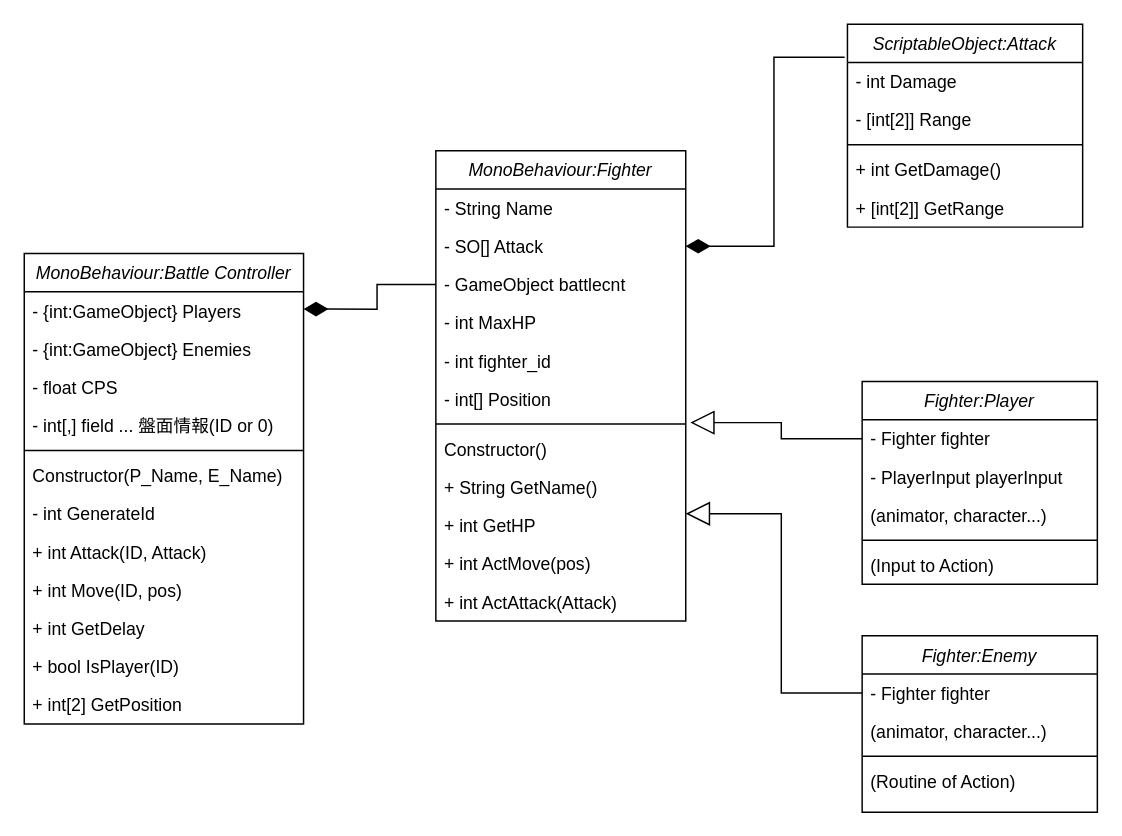
o-atsu/Randomchanexe keeps this draw.io diagram as Assets/Scripts/Battle/battle_classes.drawio. Above is the earlier version. Source tidied: cells renumbered, new cells numbered last; positions are measured from the earlier drawing's top-left corner, leaving out a move shared by most shapes. Both pictures are drawn from the tidied source at 147%, with x=0, y=0 at pixel (24, 24).
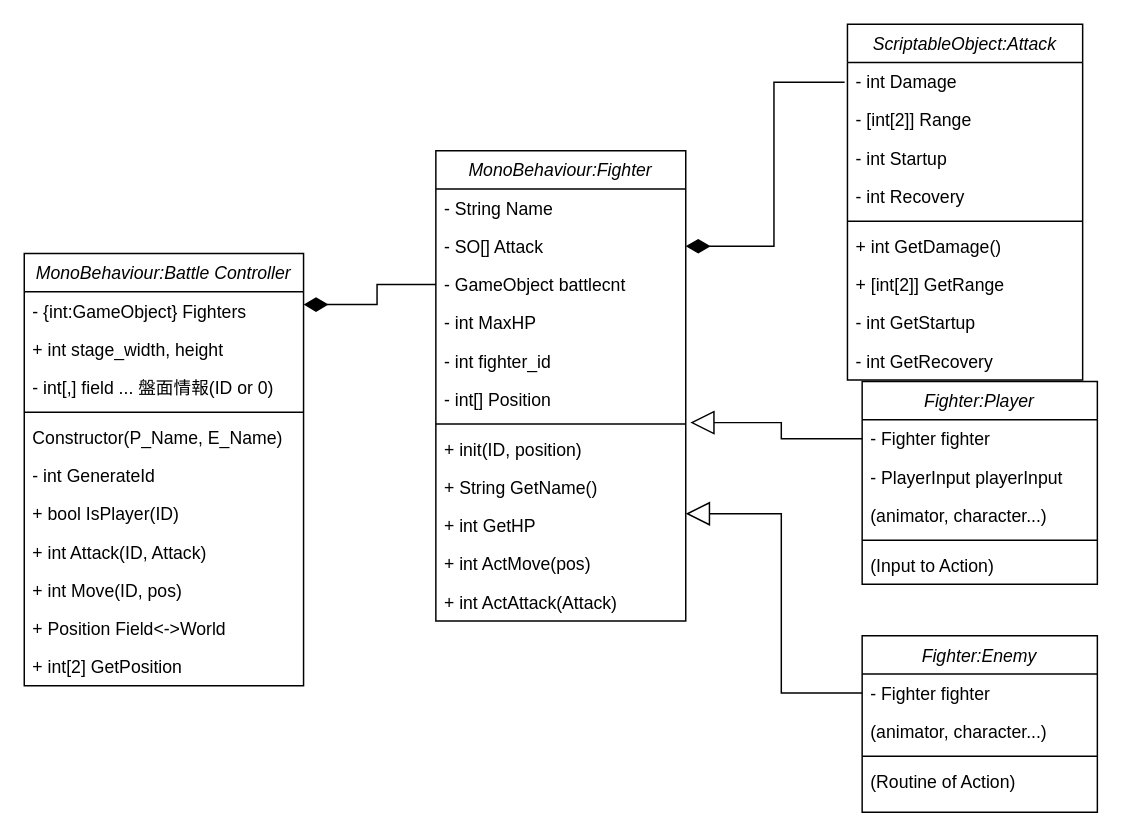
The same page after the edit.

Unchanged cells that the change refers to:
```xml
<mxCell id="15" value="MonoBehaviour:Fighter" style="swimlane;fontStyle=2;align=center;verticalAlign=top;horizontal=1;startSize=26;rounded=0;shadow=0;strokeWidth=1;" parent="1" vertex="1">
  <mxGeometry x="280" y="86" width="170" height="320" as="geometry" />
</mxCell>
```

Change to the diagram source:
```diff
@@
     <mxCell id="2" value="MonoBehaviour:Battle Controller" style="swimlane;fontStyle=2;align=center;verticalAlign=top;horizontal=1;startSize=26;rounded=0;shadow=0;strokeWidth=1;" parent="1" vertex="1">
-      <mxGeometry y="156" width="190" height="320" as="geometry" />
+      <mxGeometry y="156" width="190" height="294" as="geometry" />
     </mxCell>
-    <mxCell id="3" value="- {int:GameObject} Players" style="text;align=left;verticalAlign=top;spacingLeft=4;spacingRight=4;overflow=hidden;" parent="2" vertex="1">
+    <mxCell id="3" value="- {int:GameObject} Fighters" style="text;align=left;verticalAlign=top;spacingLeft=4;spacingRight=4;overflow=hidden;" parent="2" vertex="1">
       <mxGeometry y="26" width="190" height="26" as="geometry" />
     </mxCell>
-    <mxCell id="4" value="- {int:GameObject} Enemies" style="text;align=left;verticalAlign=top;spacingLeft=4;spacingRight=4;overflow=hidden;rounded=0;shadow=0;html=0;" parent="2" vertex="1">
+    <mxCell id="4" value="+ int stage_width, height" style="text;align=left;verticalAlign=top;spacingLeft=4;spacingRight=4;overflow=hidden;rounded=0;shadow=0;html=0;" parent="2" vertex="1">
       <mxGeometry y="52" width="190" height="26" as="geometry" />
     </mxCell>
-    <mxCell id="5" value="- float CPS" style="text;align=left;verticalAlign=top;spacingLeft=4;spacingRight=4;overflow=hidden;rounded=0;shadow=0;html=0;" parent="2" vertex="1">
-      <mxGeometry y="78" width="190" height="26" as="geometry" />
-    </mxCell>
     <mxCell id="6" value="- int[,] field ... 盤面情報(ID or 0)" style="text;align=left;verticalAlign=top;spacingLeft=4;spacingRight=4;overflow=hidden;rounded=0;shadow=0;html=0;" parent="2" vertex="1">
-      <mxGeometry y="104" width="190" height="26" as="geometry" />
+      <mxGeometry y="78" width="190" height="26" as="geometry" />
     </mxCell>
     <mxCell id="7" style="line;html=1;strokeWidth=1;align=left;verticalAlign=middle;spacingTop=-1;spacingLeft=3;spacingRight=3;labelPosition=right;" parent="2" vertex="1">
-      <mxGeometry y="130" width="190" height="8" as="geometry" />
+      <mxGeometry y="104" width="190" height="8" as="geometry" />
     </mxCell>
     <mxCell id="8" value="Constructor(P_Name, E_Name)" style="text;align=left;verticalAlign=top;spacingLeft=4;spacingRight=4;overflow=hidden;" parent="2" vertex="1">
-      <mxGeometry y="138" width="190" height="26" as="geometry" />
+      <mxGeometry y="112" width="190" height="26" as="geometry" />
     </mxCell>
     <mxCell id="9" value="- int GenerateId" style="text;align=left;verticalAlign=top;spacingLeft=4;spacingRight=4;overflow=hidden;" parent="2" vertex="1">
-      <mxGeometry y="164" width="190" height="26" as="geometry" />
+      <mxGeometry y="138" width="190" height="26" as="geometry" />
     </mxCell>
+    <mxCell id="13" value="+ bool IsPlayer(ID)" style="text;align=left;verticalAlign=top;spacingLeft=4;spacingRight=4;overflow=hidden;" parent="2" vertex="1">
+      <mxGeometry y="164" width="190" height="26" as="geometry" />
+    </mxCell>
@@
-    <mxCell id="12" value="+ int GetDelay" style="text;align=left;verticalAlign=top;spacingLeft=4;spacingRight=4;overflow=hidden;" parent="2" vertex="1">
-      <mxGeometry y="242" width="190" height="26" as="geometry" />
-    </mxCell>
-    <mxCell id="13" value="+ bool IsPlayer(ID)" style="text;align=left;verticalAlign=top;spacingLeft=4;spacingRight=4;overflow=hidden;" parent="2" vertex="1">
-      <mxGeometry y="268" width="190" height="26" as="geometry" />
-    </mxCell>
+    <mxCell id="5" value="+ Position Field&lt;-&gt;World" style="text;align=left;verticalAlign=top;spacingLeft=4;spacingRight=4;overflow=hidden;rounded=0;shadow=0;html=0;" parent="2" vertex="1">
+      <mxGeometry y="242" width="190" height="26" as="geometry" />
+    </mxCell>
     <mxCell id="14" value="+ int[2] GetPosition" style="text;align=left;verticalAlign=top;spacingLeft=4;spacingRight=4;overflow=hidden;" parent="2" vertex="1">
-      <mxGeometry y="294" width="190" height="26" as="geometry" />
+      <mxGeometry y="268" width="190" height="26" as="geometry" />
     </mxCell>
@@
-    <mxCell id="23" value="Constructor()" style="text;align=left;verticalAlign=top;spacingLeft=4;spacingRight=4;overflow=hidden;rounded=0;shadow=0;html=0;" parent="15" vertex="1">
+    <mxCell id="23" value="+ init(ID, position)" style="text;align=left;verticalAlign=top;spacingLeft=4;spacingRight=4;overflow=hidden;rounded=0;shadow=0;html=0;" parent="15" vertex="1">
       <mxGeometry y="190" width="170" height="26" as="geometry" />
     </mxCell>
@@
     <mxCell id="35" value="ScriptableObject:Attack" style="swimlane;fontStyle=2;align=center;verticalAlign=top;horizontal=1;startSize=26;" parent="1" vertex="1">
-      <mxGeometry x="560" width="160" height="138" as="geometry" />
+      <mxGeometry x="560" width="160" height="242" as="geometry" />
     </mxCell>
@@
+    <mxCell id="49" value="- [int[2]] Range" style="text;strokeColor=none;fillColor=none;align=left;verticalAlign=top;spacingLeft=4;spacingRight=4;overflow=hidden;" parent="35" vertex="1">
+      <mxGeometry y="52" width="160" height="26" as="geometry" />
+    </mxCell>
-    <mxCell id="37" value="- [int[2]] Range" style="text;strokeColor=none;fillColor=none;align=left;verticalAlign=top;spacingLeft=4;spacingRight=4;overflow=hidden;" parent="35" vertex="1">
-      <mxGeometry y="52" width="160" height="26" as="geometry" />
+    <mxCell id="37" value="- int Startup" style="text;strokeColor=none;fillColor=none;align=left;verticalAlign=top;spacingLeft=4;spacingRight=4;overflow=hidden;" parent="35" vertex="1">
+      <mxGeometry y="78" width="160" height="26" as="geometry" />
     </mxCell>
+    <mxCell id="50" value="- int Recovery" style="text;strokeColor=none;fillColor=none;align=left;verticalAlign=top;spacingLeft=4;spacingRight=4;overflow=hidden;" parent="35" vertex="1">
+      <mxGeometry y="104" width="160" height="26" as="geometry" />
+    </mxCell>
     <mxCell id="38" style="line;strokeWidth=1;fillColor=none;align=left;verticalAlign=middle;spacingTop=-1;spacingLeft=3;spacingRight=3;labelPosition=right;" parent="35" vertex="1">
-      <mxGeometry y="78" width="160" height="8" as="geometry" />
+      <mxGeometry y="130" width="160" height="8" as="geometry" />
     </mxCell>
     <mxCell id="39" value="+ int GetDamage()" style="text;strokeColor=none;fillColor=none;align=left;verticalAlign=top;spacingLeft=4;spacingRight=4;overflow=hidden;" parent="35" vertex="1">
-      <mxGeometry y="86" width="160" height="26" as="geometry" />
+      <mxGeometry y="138" width="160" height="26" as="geometry" />
     </mxCell>
     <mxCell id="40" value="+ [int[2]] GetRange" style="text;strokeColor=none;fillColor=none;align=left;verticalAlign=top;spacingLeft=4;spacingRight=4;overflow=hidden;" parent="35" vertex="1">
-      <mxGeometry y="112" width="160" height="26" as="geometry" />
+      <mxGeometry y="164" width="160" height="26" as="geometry" />
     </mxCell>
+    <mxCell id="51" value="- int GetStartup" style="text;strokeColor=none;fillColor=none;align=left;verticalAlign=top;spacingLeft=4;spacingRight=4;overflow=hidden;" parent="35" vertex="1">
+      <mxGeometry y="190" width="160" height="26" as="geometry" />
+    </mxCell>
+    <mxCell id="52" value="- int GetRecovery" style="text;strokeColor=none;fillColor=none;align=left;verticalAlign=top;spacingLeft=4;spacingRight=4;overflow=hidden;" parent="35" vertex="1">
+      <mxGeometry y="216" width="160" height="26" as="geometry" />
+    </mxCell>
```
